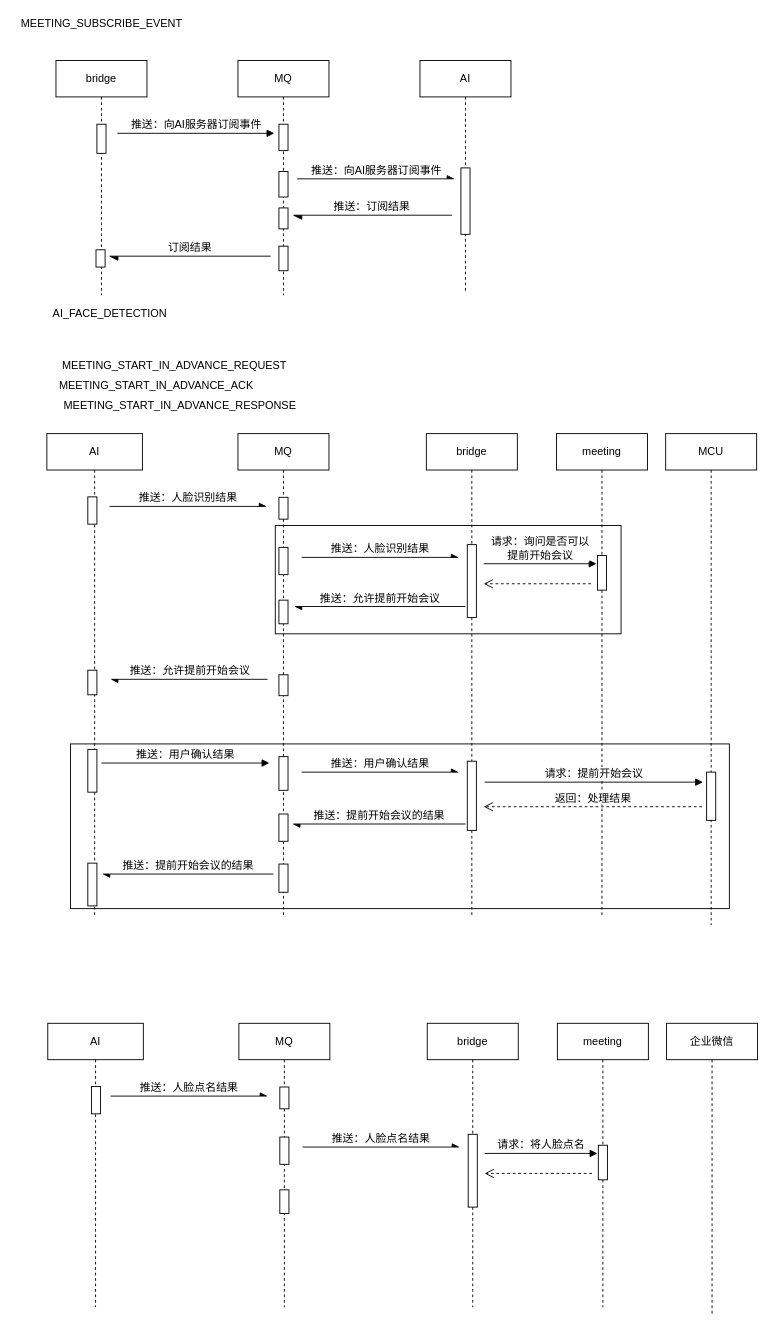
This is page "提前开始会议" (1 of 3) of AI-meeting/AI-meeting.drawio from waterwatermelon/graph, a draw.io file, before an edit. Source tidied: cells renumbered, new cells numbered last; positions are measured from the earlier drawing's top-left corner, leaving out a move shared by most shapes. Both pictures are drawn from the tidied source at 91%, with x=0, y=0 at pixel (15, 15).
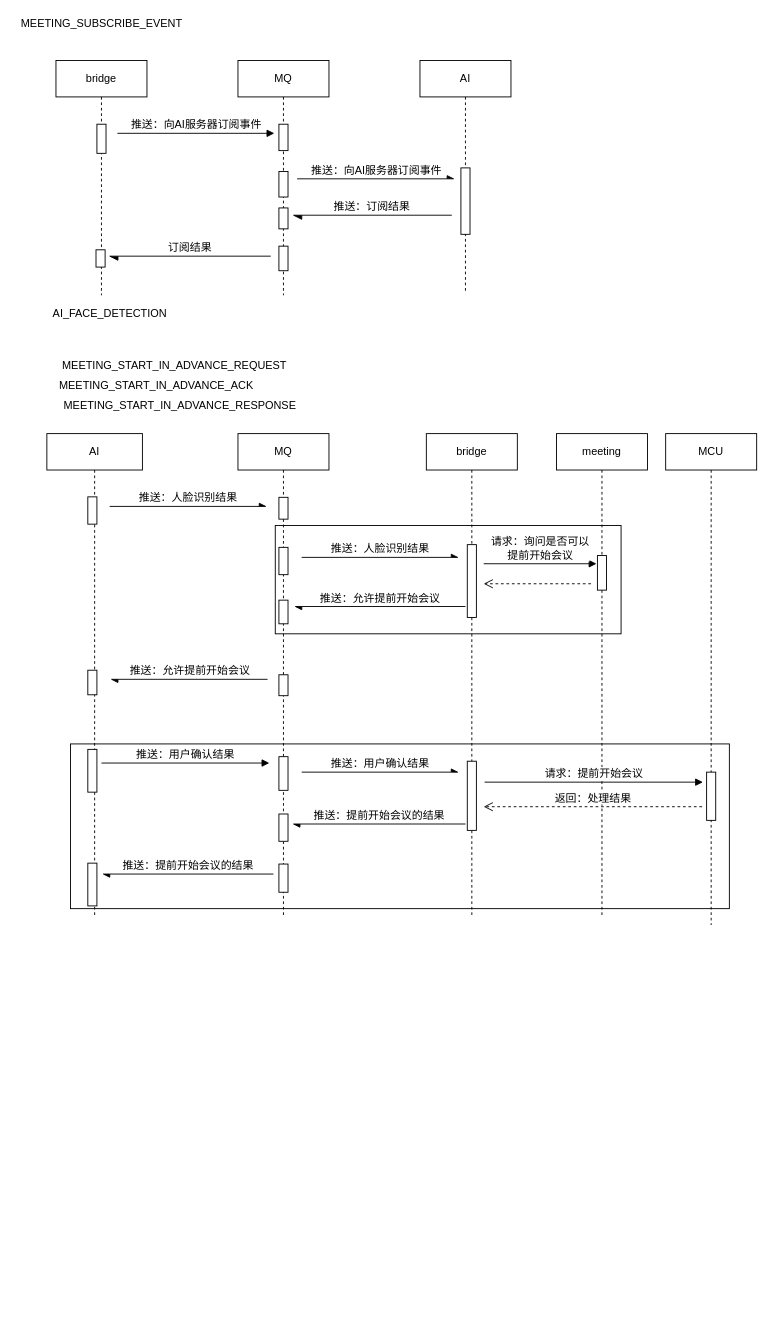
The same diagram, later.

Change to the diagram source:
```diff
@@
-    <mxCell id="55" value="AI" style="shape=umlLifeline;perimeter=lifelinePerimeter;whiteSpace=wrap;html=1;fontSize=12;" parent="1" vertex="1">
-      <mxGeometry x="35" y="1107" width="105" height="312" as="geometry" />
-    </mxCell>
-    <mxCell id="56" style="html=1;perimeter=orthogonalPerimeter;fontSize=12;" parent="55" vertex="1">
-      <mxGeometry x="48" y="69.5" width="10" height="30" as="geometry" />
-    </mxCell>
-    <mxCell id="57" value="bridge" style="shape=umlLifeline;perimeter=lifelinePerimeter;whiteSpace=wrap;html=1;fontSize=12;" parent="1" vertex="1">
-      <mxGeometry x="452" y="1107" width="100" height="312" as="geometry" />
-    </mxCell>
-    <mxCell id="58" style="html=1;perimeter=orthogonalPerimeter;fontSize=12;" parent="57" vertex="1">
-      <mxGeometry x="45" y="122" width="10" height="80" as="geometry" />
-    </mxCell>
-    <mxCell id="59" value="MQ" style="shape=umlLifeline;perimeter=lifelinePerimeter;whiteSpace=wrap;html=1;fontSize=12;" parent="1" vertex="1">
-      <mxGeometry x="245" y="1107" width="100" height="312" as="geometry" />
-    </mxCell>
-    <mxCell id="60" style="html=1;perimeter=orthogonalPerimeter;fontSize=12;" parent="59" vertex="1">
-      <mxGeometry x="45" y="70" width="10" height="24" as="geometry" />
-    </mxCell>
-    <mxCell id="61" style="html=1;perimeter=orthogonalPerimeter;fontSize=12;" parent="59" vertex="1">
-      <mxGeometry x="45" y="183" width="10" height="26" as="geometry" />
-    </mxCell>
-    <mxCell id="62" style="html=1;perimeter=orthogonalPerimeter;fontSize=12;" parent="59" vertex="1">
-      <mxGeometry x="45" y="125" width="10" height="30" as="geometry" />
-    </mxCell>
-    <mxCell id="63" value="meeting" style="shape=umlLifeline;perimeter=lifelinePerimeter;whiteSpace=wrap;html=1;fontSize=12;" parent="1" vertex="1">
-      <mxGeometry x="595" y="1107" width="100" height="312" as="geometry" />
-    </mxCell>
-    <mxCell id="64" style="html=1;perimeter=orthogonalPerimeter;fontSize=12;" parent="63" vertex="1">
-      <mxGeometry x="45" y="134" width="10" height="38" as="geometry" />
-    </mxCell>
-    <mxCell id="65" value="推送：人脸点名结果" style="html=1;verticalAlign=bottom;endArrow=async;fontSize=12;endFill=1;" parent="1" edge="1">
-      <mxGeometry relative="1" as="geometry">
-        <mxPoint x="104" y="1187" as="sourcePoint" />
-        <mxPoint x="276.5" y="1187" as="targetPoint" />
-      </mxGeometry>
-    </mxCell>
-    <mxCell id="66" value="推送：人脸点名结果" style="html=1;verticalAlign=bottom;endArrow=async;fontSize=12;endFill=1;" parent="1" edge="1">
-      <mxGeometry relative="1" as="geometry">
-        <mxPoint x="315" y="1243" as="sourcePoint" />
-        <mxPoint x="487.5" y="1243" as="targetPoint" />
-      </mxGeometry>
-    </mxCell>
-    <mxCell id="67" value="请求：将人脸点名" style="html=1;verticalAlign=bottom;endArrow=block;fontSize=12;" parent="1" edge="1">
-      <mxGeometry relative="1" as="geometry">
-        <mxPoint x="515" y="1250" as="sourcePoint" />
-        <mxPoint x="639" y="1250" as="targetPoint" />
-      </mxGeometry>
-    </mxCell>
-    <mxCell id="68" style="html=1;verticalAlign=bottom;endArrow=open;dashed=1;endSize=8;fontSize=12;" parent="1" edge="1">
-      <mxGeometry relative="1" as="geometry">
-        <mxPoint x="633" y="1272" as="sourcePoint" />
-        <mxPoint x="515" y="1272" as="targetPoint" />
-      </mxGeometry>
-    </mxCell>
-    <mxCell id="69" value="企业微信" style="shape=umlLifeline;perimeter=lifelinePerimeter;whiteSpace=wrap;html=1;fontSize=12;" parent="1" vertex="1">
-      <mxGeometry x="715" y="1107" width="100" height="322" as="geometry" />
-    </mxCell>
```
